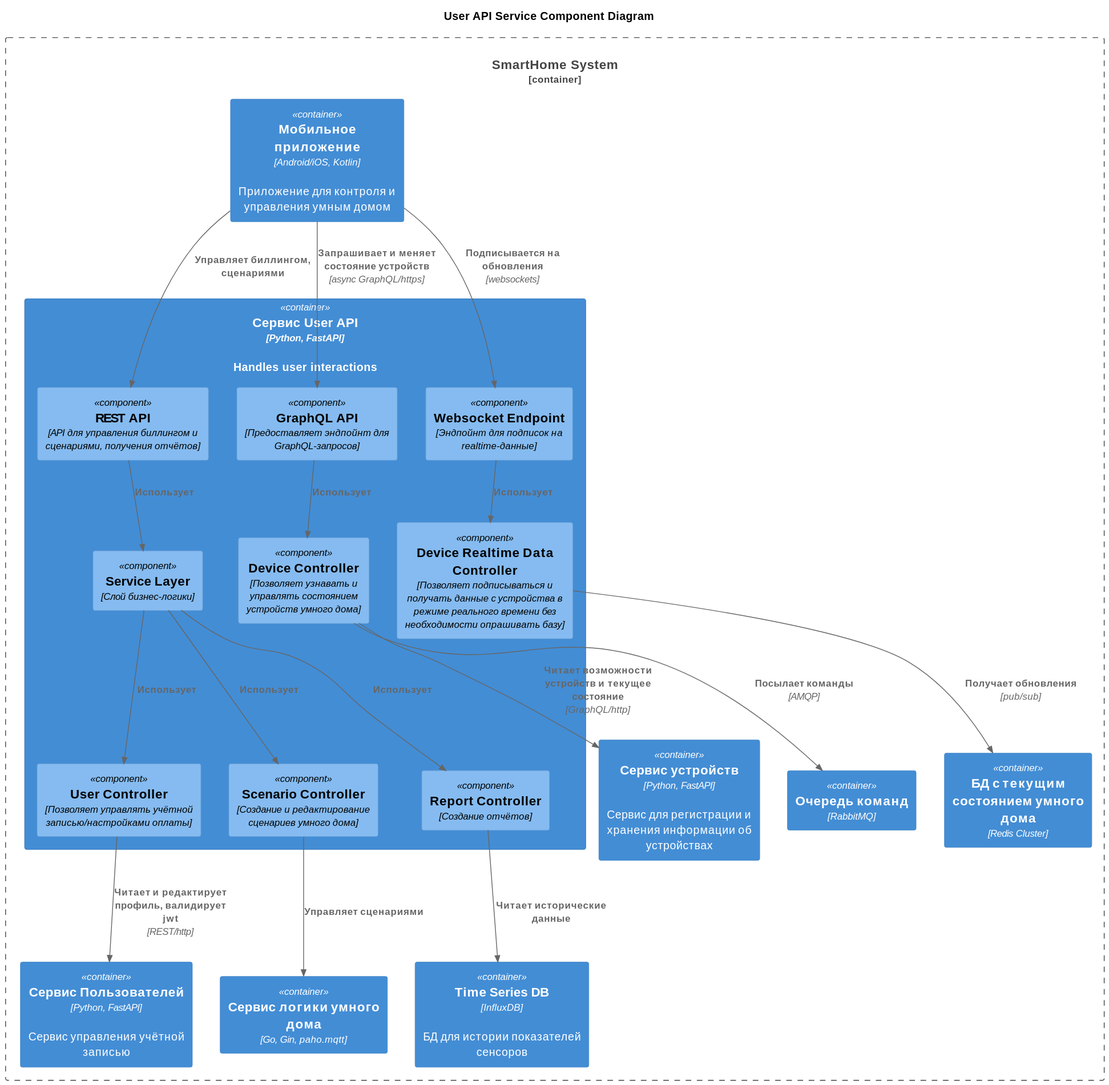
This is diagrams/to-be/UserApiComponent.svg from justanotheruser/architecture-warmhouse, a PlantUML export, as it was before one commit.
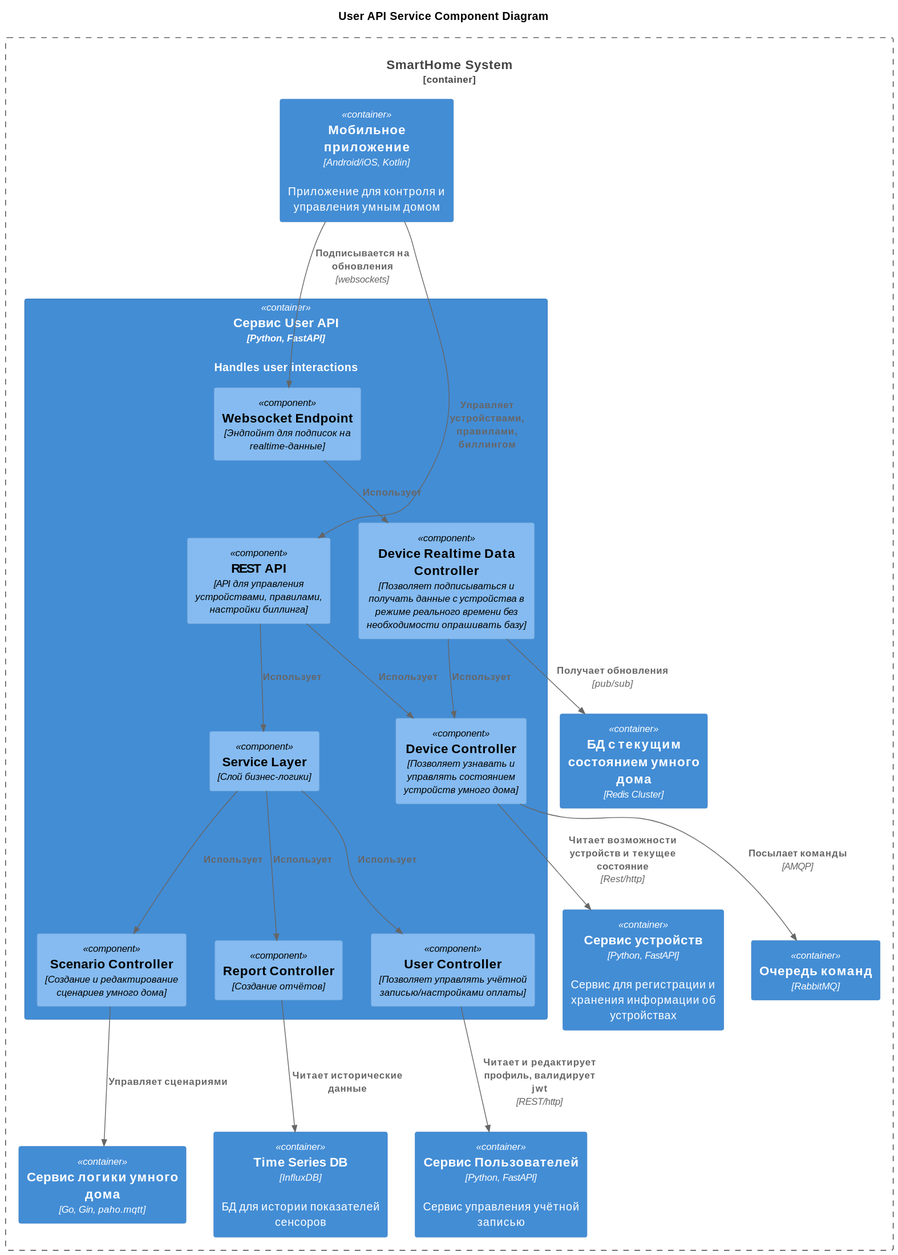
The same file after the commit.

Change to the diagram source:
```diff
@@ -16,27 +16,26 @@
 }
 
 Container(UserAPI, "Сервис User API", "Python, FastAPI, Strawberry") {
-  Component(GraphQLAPI, "GraphQL API", "Предоставляет эндпойнт для GraphQL-запросов")
   Component(WebsocketEndpoint, "Websocket Endpoint", "Эндпойнт для подписок на realtime-данные")
   Component(DeviceController, "Device Controller", "Позволяет узнавать и управлять состоянием устройств умного дома")
   Component(DeviceRealTimeDataController, "Device Realtime Data Controller", "Позволяет подписываться и получать данные с устройства в режиме реального времени без необходимости опрашивать базу")
-  Component(RestAPI, "REST API", "API для управления биллингом и сценариями, получения отчётов")
+  Component(RestAPI, "REST API", "API для управления устройствами, правилами, настройки биллинга")
   Component(UserController, "User Controller", "Позволяет управлять учётной записью/настройками оплаты")
   Component(ScenarioController, "Scenario Controller", "Создание и редактирование сценариев умного дома")
   Component(ServiceLayer, "Service Layer", "Слой бизнес-логики")
   Component(ReportController, "Report Controller", "Создание отчётов")
 }
 
-Rel(MobileApp, GraphQLAPI, "Запрашивает и меняет состояние устройств", "async GraphQL/https")
-Rel(GraphQLAPI, DeviceController, "Использует")
-Rel(DeviceController, DeviceService, "Читает возможности устройств и текущее состояние", "GraphQL/http")
-Rel(DeviceController, CommandMessageBroker, "Посылает команды", "AMQP")
 
 Rel(MobileApp, WebsocketEndpoint, "Подписывается на обновления", "websockets")
 Rel(WebsocketEndpoint, DeviceRealTimeDataController, "Использует")
 Rel(DeviceRealTimeDataController, InMemoryDeviceStateDB, "Получает обновления", "pub/sub")
+Rel(DeviceRealTimeDataController, DeviceController, "Использует")
 
-Rel(MobileApp, RestAPI, "Управляет биллингом, сценариями")
+Rel(MobileApp, RestAPI, "Управляет устройствами, правилами, биллингом")
+Rel(RestAPI, DeviceController, "Использует")
+Rel(DeviceController, DeviceService, "Читает возможности устройств и текущее состояние", "Rest/http")
+Rel(DeviceController, CommandMessageBroker, "Посылает команды", "AMQP")
 Rel(RestAPI, ServiceLayer, "Использует")
 Rel(ServiceLayer, UserController, "Использует")
 Rel(ServiceLayer, ScenarioController, "Использует")
```
